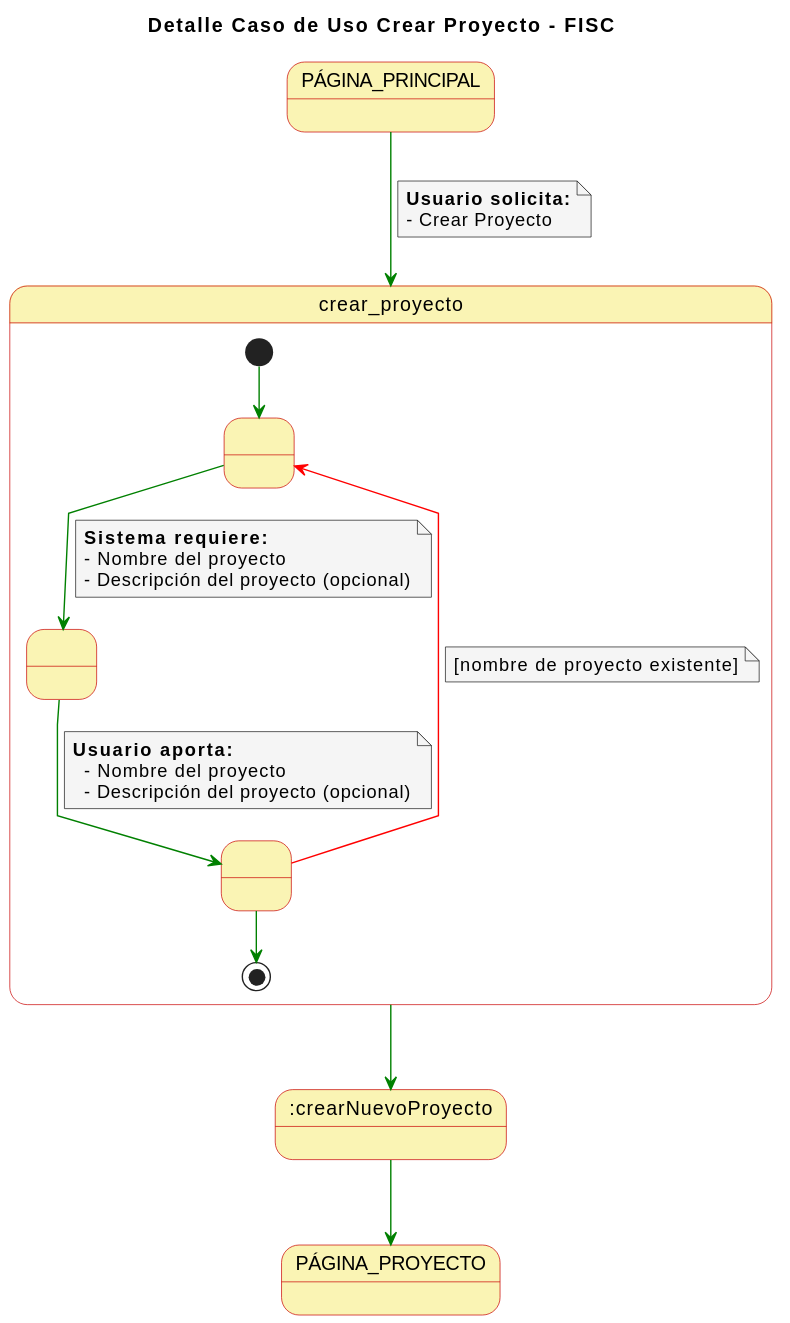
The PlantUML diagram imagenes/casosDeUso/detallesCasosUso/detalleCasoUsoCrearProyecto.svg in mmasias/23-24-IdSw1-SDR, before a commit. Source of this version:
```plantuml
@startuml
skinparam state {
  BackgroundColor #faf4b4
  BorderColor #c90000
}

skinparam note {
  BackgroundColor #f5f5f5
}

skinparam linetype polyline

title Detalle Caso de Uso Crear Proyecto - FISC


PÁGINA_PRINCIPAL-[#green]-> crear_proyecto
note on link
  **Usuario solicita:**
  - Crear Proyecto
end note

state crear_proyecto{
  state 1 as " "
  state 2 as " "
  state 3 as " "

  [*] -[#green]->1
  1 -[#green]-> 2
  note on link
      **Sistema requiere:**
      - Nombre del proyecto
      - Descripción del proyecto (opcional)
  end note
  2 -[#green]-> 3
  note on link
    **Usuario aporta:**
      - Nombre del proyecto
      - Descripción del proyecto (opcional)
  end note
  3 -[#red]-> 1
  note on link
    [nombre de proyecto existente]
  end note
  3 -[#green]-> [*]
}

crear_proyecto-[#green]-> :crearNuevoProyecto

:crearNuevoProyecto -[#green]-> PÁGINA_PROYECTO
@enduml
```
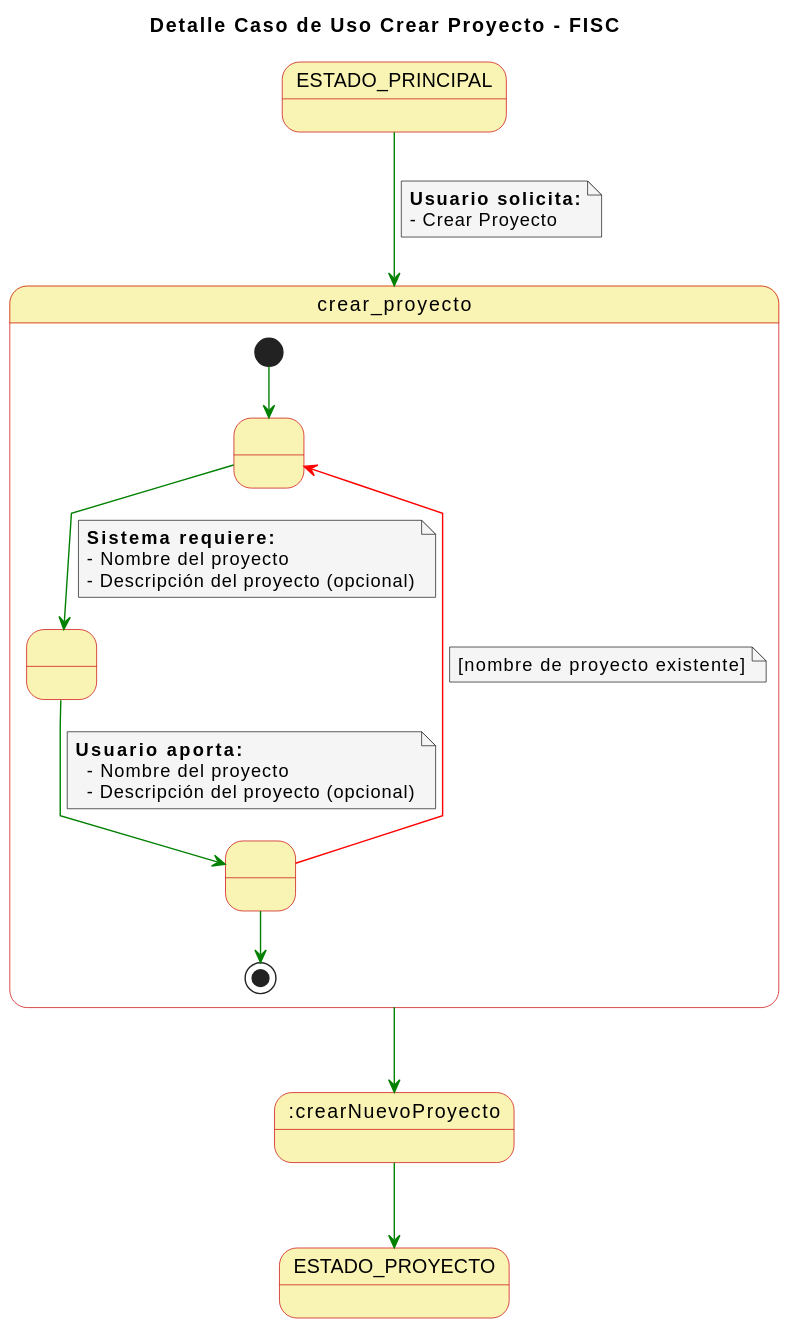
After the commit.

Diff of the diagram source:
```diff
@@ -13,7 +13,7 @@
 title Detalle Caso de Uso Crear Proyecto - FISC
 
 
-PÁGINA_PRINCIPAL-[#green]-> crear_proyecto
+ESTADO_PRINCIPAL-[#green]-> crear_proyecto
 note on link
   **Usuario solicita:**
   - Crear Proyecto
@@ -46,5 +46,5 @@
 
 crear_proyecto-[#green]-> :crearNuevoProyecto
 
-:crearNuevoProyecto -[#green]-> PÁGINA_PROYECTO
+:crearNuevoProyecto -[#green]-> ESTADO_PROYECTO
 @enduml
```
